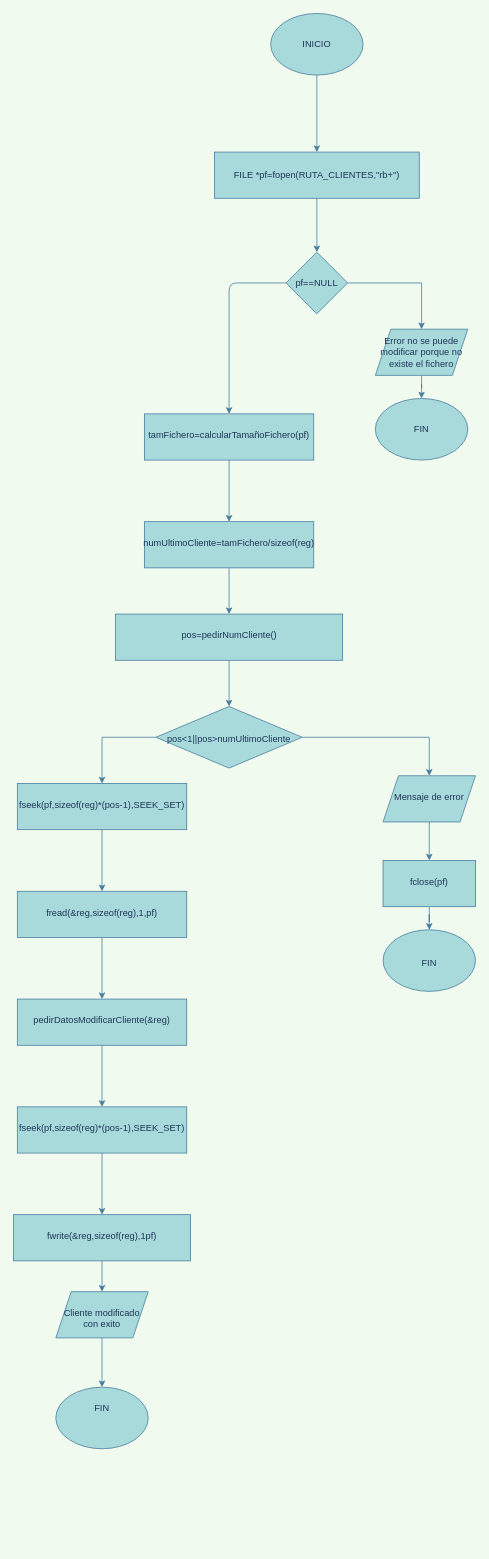
Above: page "modificarCliente" (2 of 4) of ProyectoCXabierGarrote/ProyectoCXabierGarrote/DiagramasDeFlujo/OpcionesMenuClientes.drawio in xabier100/PROGRAMACION_Proyecto_Servicios (draw.io), before the change. Source tidied: cells renumbered, new cells numbered last; positions are measured from the earlier drawing's top-left corner, leaving out a move shared by most shapes. Both pictures are drawn from the tidied source at 77%, with x=0, y=0 at pixel (13, 13).
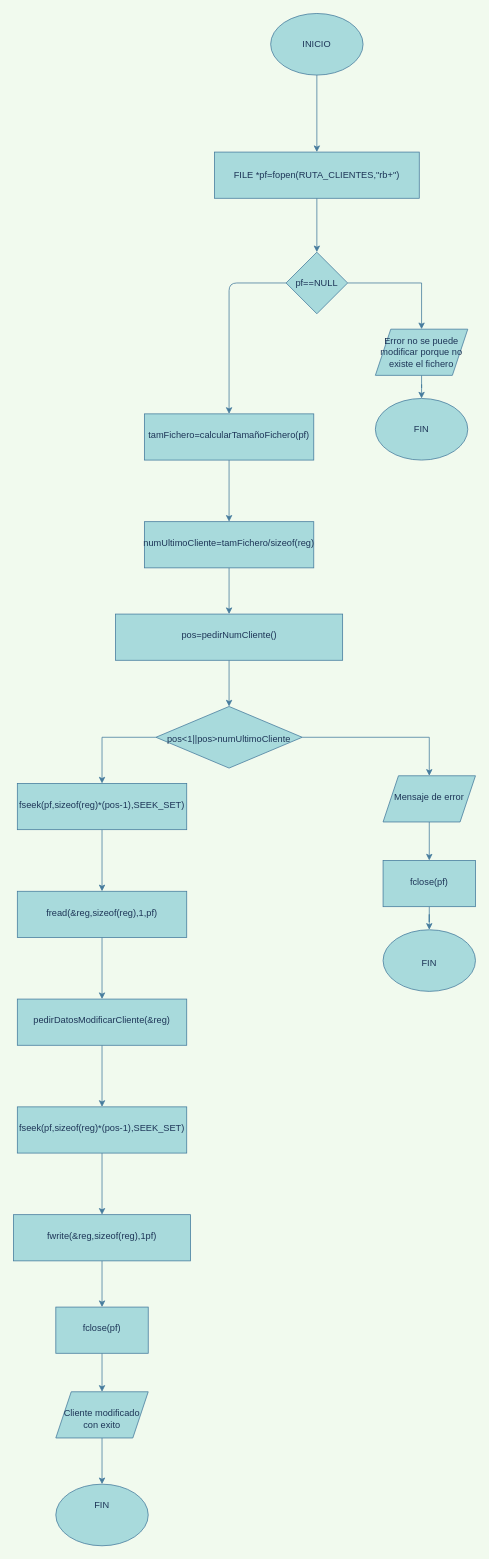
The same diagram, later.

The change refers to these unchanged cells:
```xml
<mxCell id="25" value="&lt;br&gt;fwrite(&amp;amp;reg,sizeof(reg),1pf)" style="whiteSpace=wrap;html=1;rounded=0;fontColor=#1D3557;verticalAlign=top;strokeColor=#457B9D;fillColor=#A8DADC;sketch=0;" parent="1" vertex="1">
  <mxGeometry y="1560" width="230" height="60" as="geometry" />
</mxCell>
<mxCell id="35" value="&lt;br&gt;Mensaje de error" style="shape=parallelogram;perimeter=parallelogramPerimeter;whiteSpace=wrap;html=1;fixedSize=1;rounded=0;fontColor=#1D3557;verticalAlign=top;strokeColor=#457B9D;fillColor=#A8DADC;sketch=0;" parent="1" vertex="1">
  <mxGeometry x="480" y="990" width="120" height="60" as="geometry" />
</mxCell>
<mxCell id="36" value="&lt;br&gt;&lt;br&gt;FIN" style="ellipse;whiteSpace=wrap;html=1;rounded=0;fontColor=#1D3557;verticalAlign=top;strokeColor=#457B9D;fillColor=#A8DADC;sketch=0;" parent="1" vertex="1">
  <mxGeometry x="480" y="1190" width="120" height="80" as="geometry" />
</mxCell>
<mxCell id="38" value="&lt;br&gt;fclose(pf)" style="whiteSpace=wrap;html=1;rounded=0;fontColor=#1D3557;verticalAlign=top;strokeColor=#457B9D;fillColor=#A8DADC;sketch=0;" parent="1" vertex="1">
  <mxGeometry x="480" y="1100" width="120" height="60" as="geometry" />
</mxCell>
```

Change to the diagram source:
```diff
@@
-    <mxCell id="24" style="edgeStyle=orthogonalEdgeStyle;rounded=0;jettySize=auto;html=1;strokeColor=#457B9D;fontColor=#1D3557;labelBackgroundColor=#F1FAEE;" parent="1" edge="1" source="25" target="28">
-      <mxGeometry relative="1" as="geometry" />
-    </mxCell>
+    <mxCell id="39" style="edgeStyle=orthogonalEdgeStyle;rounded=0;jettySize=auto;html=1;labelBackgroundColor=#F1FAEE;strokeColor=#457B9D;fontColor=#1D3557;" parent="1" edge="1" source="25" target="41">
+      <mxGeometry relative="1" as="geometry" />
+    </mxCell>
@@
     <mxCell id="26" value="&lt;br&gt;FIN" style="ellipse;whiteSpace=wrap;html=1;rounded=0;fontColor=#1D3557;verticalAlign=top;strokeColor=#457B9D;fillColor=#A8DADC;sketch=0;" parent="1" vertex="1">
-      <mxGeometry x="55" y="1784" width="120" height="80" as="geometry" />
+      <mxGeometry x="55" y="1910" width="120" height="80" as="geometry" />
     </mxCell>
-    <mxCell id="27" style="edgeStyle=orthogonalEdgeStyle;rounded=0;jettySize=auto;html=1;strokeColor=#457B9D;fontColor=#1D3557;labelBackgroundColor=#F1FAEE;" parent="1" edge="1" source="28" target="26">
+    <mxCell id="27" style="edgeStyle=orthogonalEdgeStyle;rounded=0;jettySize=auto;html=1;labelBackgroundColor=#F1FAEE;strokeColor=#457B9D;fontColor=#1D3557;" parent="1" edge="1" source="28" target="26">
       <mxGeometry relative="1" as="geometry" />
     </mxCell>
     <mxCell id="28" value="&lt;br&gt;Cliente modificado con exito" style="shape=parallelogram;perimeter=parallelogramPerimeter;whiteSpace=wrap;html=1;fixedSize=1;rounded=0;fontColor=#1D3557;verticalAlign=top;strokeColor=#457B9D;fillColor=#A8DADC;sketch=0;" parent="1" vertex="1">
-      <mxGeometry x="55" y="1660" width="120" height="60" as="geometry" />
+      <mxGeometry x="55" y="1790" width="120" height="60" as="geometry" />
     </mxCell>
@@
-    <mxCell id="34" style="edgeStyle=orthogonalEdgeStyle;rounded=0;jettySize=auto;html=1;labelBackgroundColor=#F1FAEE;strokeColor=#457B9D;fontColor=#1D3557;" parent="1" edge="1" source="35" target="38">
+    <mxCell id="34" style="edgeStyle=orthogonalEdgeStyle;rounded=0;jettySize=auto;html=1;strokeColor=#457B9D;fontColor=#1D3557;labelBackgroundColor=#F1FAEE;" parent="1" edge="1" source="35" target="38">
       <mxGeometry relative="1" as="geometry" />
     </mxCell>
@@
-    <mxCell id="37" style="edgeStyle=orthogonalEdgeStyle;rounded=0;jettySize=auto;html=1;labelBackgroundColor=#F1FAEE;strokeColor=#457B9D;fontColor=#1D3557;" parent="1" edge="1" source="38" target="36">
+    <mxCell id="37" style="edgeStyle=orthogonalEdgeStyle;rounded=0;jettySize=auto;html=1;strokeColor=#457B9D;fontColor=#1D3557;labelBackgroundColor=#F1FAEE;" parent="1" edge="1" source="38" target="36">
       <mxGeometry relative="1" as="geometry" />
     </mxCell>
@@
+    <mxCell id="40" style="edgeStyle=orthogonalEdgeStyle;rounded=0;jettySize=auto;html=1;labelBackgroundColor=#F1FAEE;strokeColor=#457B9D;fontColor=#1D3557;" parent="1" edge="1" source="41" target="28">
+      <mxGeometry relative="1" as="geometry" />
+    </mxCell>
+    <mxCell id="41" value="&lt;br&gt;fclose(pf)" style="whiteSpace=wrap;html=1;rounded=0;fontColor=#1D3557;verticalAlign=top;strokeColor=#457B9D;fillColor=#A8DADC;sketch=0;" parent="1" vertex="1">
+      <mxGeometry x="55" y="1680" width="120" height="60" as="geometry" />
+    </mxCell>
```
